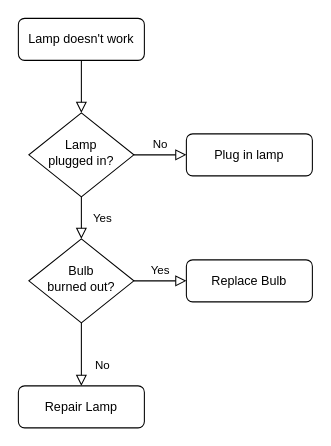
Above: 2_Architecture/Untitled Diagram.drawio in SreeLikitha/M1_C_Project (draw.io), before the change. Source tidied: cells renumbered, new cells numbered last; positions are measured from the earlier drawing's top-left corner, leaving out a move shared by most shapes. Both pictures are drawn from the tidied source at 105%, with x=0, y=0 at pixel (18, 18).
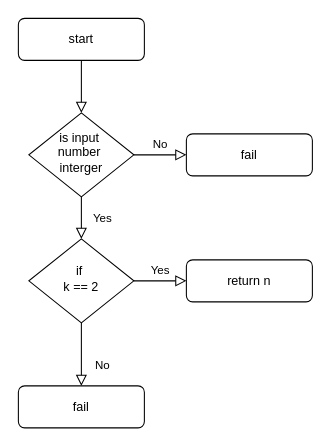
The same page after the edit.

Commit message:
prime number

Change to the diagram source:
```diff
@@
 <mxGraphModel>
   <root>
     <mxCell id="0" />
     <mxCell id="1" parent="0" />
     <mxCell id="2" style="rounded=0;html=1;jettySize=auto;fontSize=11;endArrow=block;endFill=0;endSize=8;strokeWidth=1;shadow=0;labelBackgroundColor=none;edgeStyle=orthogonalEdgeStyle;" parent="1" edge="1" source="3" target="6">
       <mxGeometry relative="1" as="geometry" />
     </mxCell>
-    <mxCell id="3" value="Lamp doesn't work" style="rounded=1;whiteSpace=wrap;html=1;fontSize=12;glass=0;strokeWidth=1;shadow=0;" parent="1" vertex="1">
+    <mxCell id="3" value="start&lt;br&gt;" style="rounded=1;whiteSpace=wrap;html=1;fontSize=12;glass=0;strokeWidth=1;shadow=0;" parent="1" vertex="1">
       <mxGeometry width="120" height="40" as="geometry" />
     </mxCell>
     <mxCell id="4" value="Yes" style="rounded=0;html=1;jettySize=auto;fontSize=11;endArrow=block;endFill=0;endSize=8;strokeWidth=1;shadow=0;labelBackgroundColor=none;edgeStyle=orthogonalEdgeStyle;" parent="1" edge="1" source="6" target="10">
       <mxGeometry y="20" relative="1" as="geometry" />
     </mxCell>
     <mxCell id="5" value="No" style="edgeStyle=orthogonalEdgeStyle;rounded=0;html=1;jettySize=auto;fontSize=11;endArrow=block;endFill=0;endSize=8;strokeWidth=1;shadow=0;labelBackgroundColor=none;" parent="1" edge="1" source="6" target="7">
       <mxGeometry y="10" relative="1" as="geometry" />
     </mxCell>
-    <mxCell id="6" value="Lamp&lt;br&gt;plugged in?" style="rhombus;whiteSpace=wrap;html=1;shadow=0;fontFamily=Helvetica;fontSize=12;align=center;strokeWidth=1;spacing=6;spacingTop=-4;" parent="1" vertex="1">
+    <mxCell id="6" value="is input&amp;nbsp;&lt;br&gt;number&amp;nbsp;&lt;br&gt;interger" style="rhombus;whiteSpace=wrap;html=1;shadow=0;fontFamily=Helvetica;fontSize=12;align=center;strokeWidth=1;spacing=6;spacingTop=-4;" parent="1" vertex="1">
       <mxGeometry x="10" y="90" width="100" height="80" as="geometry" />
     </mxCell>
-    <mxCell id="7" value="Plug in lamp" style="rounded=1;whiteSpace=wrap;html=1;fontSize=12;glass=0;strokeWidth=1;shadow=0;" parent="1" vertex="1">
+    <mxCell id="7" value="fail" style="rounded=1;whiteSpace=wrap;html=1;fontSize=12;glass=0;strokeWidth=1;shadow=0;" parent="1" vertex="1">
       <mxGeometry x="160" y="110" width="120" height="40" as="geometry" />
     </mxCell>
     <mxCell id="8" value="No" style="rounded=0;html=1;jettySize=auto;fontSize=11;endArrow=block;endFill=0;endSize=8;strokeWidth=1;shadow=0;labelBackgroundColor=none;edgeStyle=orthogonalEdgeStyle;" parent="1" edge="1" source="10" target="11">
       <mxGeometry x="0.33" y="20" relative="1" as="geometry" />
     </mxCell>
     <mxCell id="9" value="Yes" style="edgeStyle=orthogonalEdgeStyle;rounded=0;html=1;jettySize=auto;fontSize=11;endArrow=block;endFill=0;endSize=8;strokeWidth=1;shadow=0;labelBackgroundColor=none;" parent="1" edge="1" source="10" target="12">
       <mxGeometry y="10" relative="1" as="geometry" />
     </mxCell>
-    <mxCell id="10" value="Bulb&lt;br&gt;burned out?" style="rhombus;whiteSpace=wrap;html=1;shadow=0;fontFamily=Helvetica;fontSize=12;align=center;strokeWidth=1;spacing=6;spacingTop=-4;" parent="1" vertex="1">
+    <mxCell id="10" value="if&amp;nbsp;&lt;br&gt;k == 2" style="rhombus;whiteSpace=wrap;html=1;shadow=0;fontFamily=Helvetica;fontSize=12;align=center;strokeWidth=1;spacing=6;spacingTop=-4;" parent="1" vertex="1">
       <mxGeometry x="10" y="210" width="100" height="80" as="geometry" />
     </mxCell>
-    <mxCell id="11" value="Repair Lamp" style="rounded=1;whiteSpace=wrap;html=1;fontSize=12;glass=0;strokeWidth=1;shadow=0;" parent="1" vertex="1">
+    <mxCell id="11" value="fail" style="rounded=1;whiteSpace=wrap;html=1;fontSize=12;glass=0;strokeWidth=1;shadow=0;" parent="1" vertex="1">
       <mxGeometry y="350" width="120" height="40" as="geometry" />
     </mxCell>
-    <mxCell id="12" value="Replace Bulb" style="rounded=1;whiteSpace=wrap;html=1;fontSize=12;glass=0;strokeWidth=1;shadow=0;" parent="1" vertex="1">
+    <mxCell id="12" value="return n" style="rounded=1;whiteSpace=wrap;html=1;fontSize=12;glass=0;strokeWidth=1;shadow=0;" parent="1" vertex="1">
       <mxGeometry x="160" y="230" width="120" height="40" as="geometry" />
     </mxCell>
   </root>
 </mxGraphModel>
```
